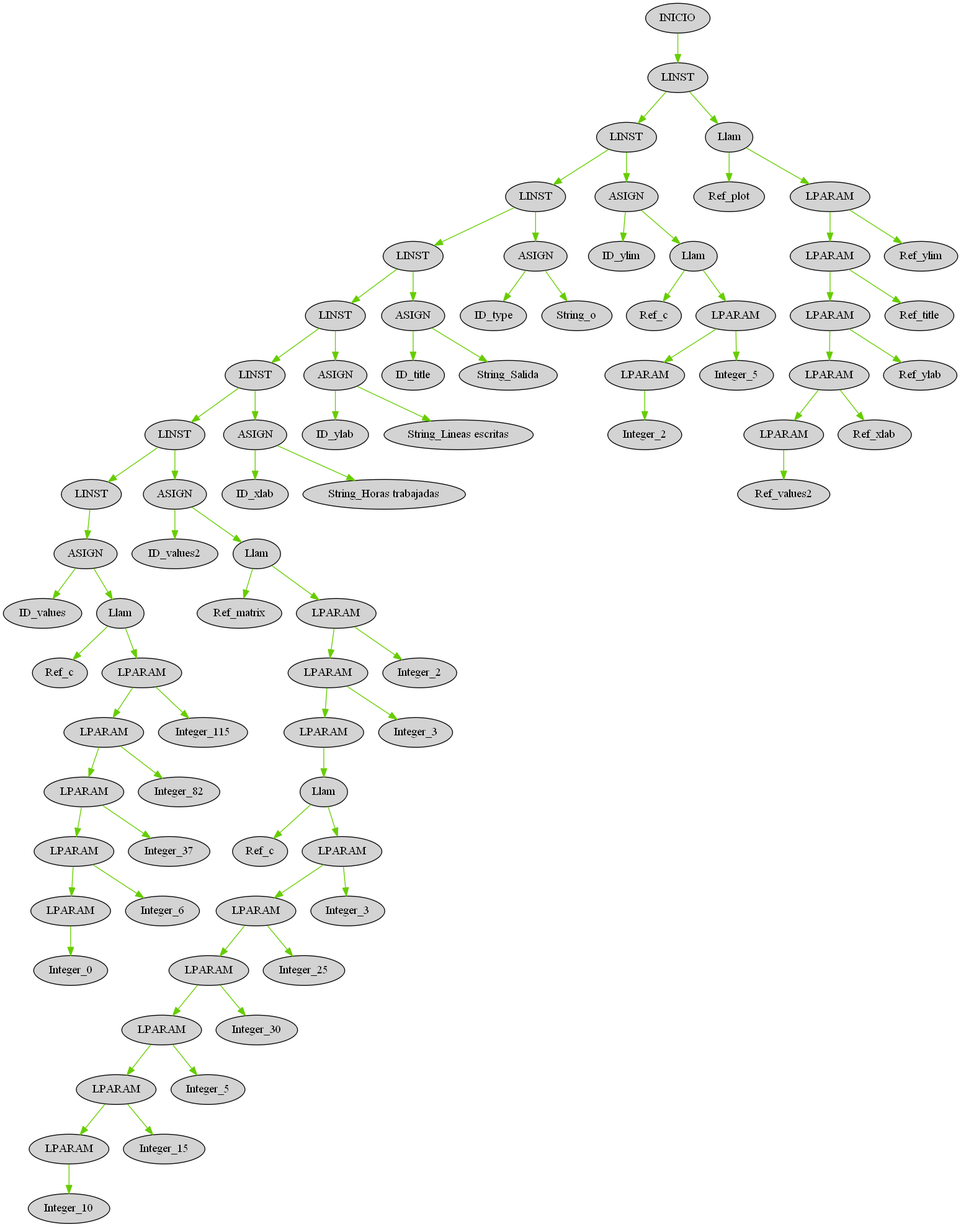
Earlier version of the Graphviz export OLC2P12020/AST_proyecto.png (ElmerAlay/OLC21P2020). Its source is kept beside it as OLC2P12020/AST_proyecto.dot.
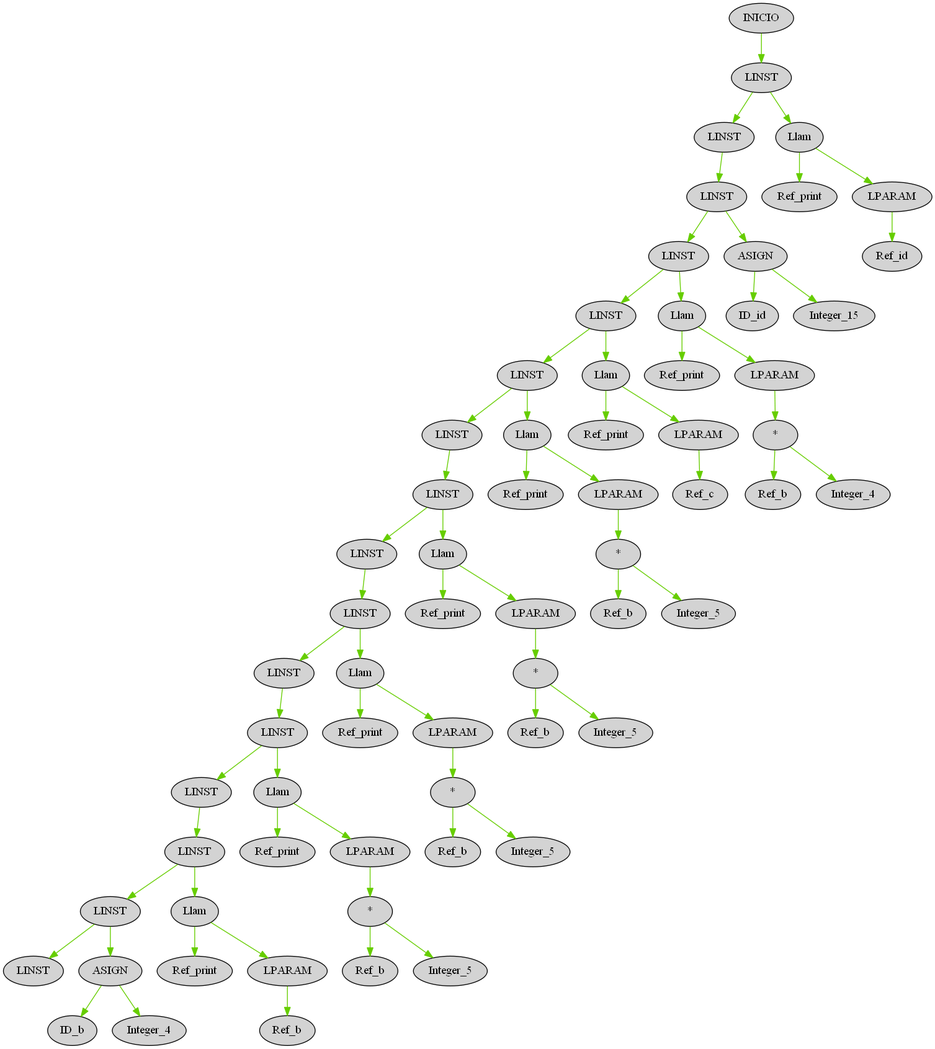
After the commit.

What changed in the source:
```diff
@@ -1,235 +1,196 @@
 digraph G { node[shape=oval, style=filled, collor=coral]; edge[color=chartreuse3]; rankdir=UD
 
-"155" [label="INICIO"]
-"154" [label="LINST"]
-"155" -> "154"
-"154" [label="LINST"]
-"141" [label="LINST"]
-"154" -> "141"
-"141" [label="LINST"]
-"132" [label="LINST"]
-"141" -> "132"
-"132" [label="LINST"]
-"128" [label="LINST"]
-"132" -> "128"
-"128" [label="LINST"]
-"124" [label="LINST"]
-"128" -> "124"
-"124" [label="LINST"]
-"120" [label="LINST"]
-"124" -> "120"
-"120" [label="LINST"]
-"116" [label="LINST"]
-"120" -> "116"
-"116" [label="LINST"]
-"92" [label="LINST"]
-"116" -> "92"
-"92" [label="LINST"]
-"91" [label="ASIGN"]
-"92" -> "91"
-"91" [label="ASIGN"]
-"90" [label="ID_values"]
-"91" -> "90"
-"91" [label="ASIGN"]
-"89" [label="Llam"]
-"91" -> "89"
-"89" [label="Llam"]
-"88" [label="Ref_c"]
-"89" -> "88"
-"89" [label="Llam"]
-"87" [label="LPARAM"]
-"89" -> "87"
-"87" [label="LPARAM"]
-"85" [label="LPARAM"]
-"87" -> "85"
-"85" [label="LPARAM"]
-"83" [label="LPARAM"]
-"85" -> "83"
-"83" [label="LPARAM"]
-"81" [label="LPARAM"]
-"83" -> "81"
-"81" [label="LPARAM"]
-"79" [label="LPARAM"]
-"81" -> "79"
-"79" [label="LPARAM"]
-"78" [label="Integer_0"]
-"79" -> "78"
-"81" [label="LPARAM"]
-"80" [label="Integer_6"]
-"81" -> "80"
-"83" [label="LPARAM"]
-"82" [label="Integer_37"]
-"83" -> "82"
-"85" [label="LPARAM"]
-"84" [label="Integer_82"]
-"85" -> "84"
-"87" [label="LPARAM"]
-"86" [label="Integer_115"]
-"87" -> "86"
-"116" [label="LINST"]
-"115" [label="ASIGN"]
-"116" -> "115"
-"115" [label="ASIGN"]
-"114" [label="ID_values2"]
-"115" -> "114"
-"115" [label="ASIGN"]
-"113" [label="Llam"]
-"115" -> "113"
-"113" [label="Llam"]
-"112" [label="Ref_matrix"]
-"113" -> "112"
-"113" [label="Llam"]
-"111" [label="LPARAM"]
-"113" -> "111"
-"111" [label="LPARAM"]
-"109" [label="LPARAM"]
-"111" -> "109"
-"109" [label="LPARAM"]
-"107" [label="LPARAM"]
-"109" -> "107"
-"107" [label="LPARAM"]
-"106" [label="Llam"]
-"107" -> "106"
-"106" [label="Llam"]
-"105" [label="Ref_c"]
-"106" -> "105"
-"106" [label="Llam"]
-"104" [label="LPARAM"]
-"106" -> "104"
-"104" [label="LPARAM"]
-"102" [label="LPARAM"]
-"104" -> "102"
-"102" [label="LPARAM"]
-"100" [label="LPARAM"]
-"102" -> "100"
-"100" [label="LPARAM"]
-"98" [label="LPARAM"]
-"100" -> "98"
-"98" [label="LPARAM"]
-"96" [label="LPARAM"]
-"98" -> "96"
-"96" [label="LPARAM"]
-"94" [label="LPARAM"]
-"96" -> "94"
-"94" [label="LPARAM"]
-"93" [label="Integer_10"]
-"94" -> "93"
-"96" [label="LPARAM"]
-"95" [label="Integer_15"]
-"96" -> "95"
-"98" [label="LPARAM"]
-"97" [label="Integer_5"]
-"98" -> "97"
-"100" [label="LPARAM"]
-"99" [label="Integer_30"]
-"100" -> "99"
-"102" [label="LPARAM"]
-"101" [label="Integer_25"]
-"102" -> "101"
-"104" [label="LPARAM"]
-"103" [label="Integer_3"]
-"104" -> "103"
-"109" [label="LPARAM"]
-"108" [label="Integer_3"]
-"109" -> "108"
-"111" [label="LPARAM"]
-"110" [label="Integer_2"]
-"111" -> "110"
-"120" [label="LINST"]
-"119" [label="ASIGN"]
-"120" -> "119"
-"119" [label="ASIGN"]
-"118" [label="ID_xlab"]
-"119" -> "118"
-"119" [label="ASIGN"]
-"117" [label="String_Horas trabajadas"]
-"119" -> "117"
-"124" [label="LINST"]
-"123" [label="ASIGN"]
-"124" -> "123"
-"123" [label="ASIGN"]
-"122" [label="ID_ylab"]
-"123" -> "122"
-"123" [label="ASIGN"]
-"121" [label="String_Lineas escritas"]
-"123" -> "121"
-"128" [label="LINST"]
-"127" [label="ASIGN"]
-"128" -> "127"
-"127" [label="ASIGN"]
-"126" [label="ID_title"]
-"127" -> "126"
-"127" [label="ASIGN"]
-"125" [label="String_Salida"]
-"127" -> "125"
-"132" [label="LINST"]
-"131" [label="ASIGN"]
-"132" -> "131"
-"131" [label="ASIGN"]
-"130" [label="ID_type"]
-"131" -> "130"
-"131" [label="ASIGN"]
-"129" [label="String_o"]
-"131" -> "129"
-"141" [label="LINST"]
-"140" [label="ASIGN"]
-"141" -> "140"
-"140" [label="ASIGN"]
-"139" [label="ID_ylim"]
-"140" -> "139"
-"140" [label="ASIGN"]
-"138" [label="Llam"]
-"140" -> "138"
-"138" [label="Llam"]
-"137" [label="Ref_c"]
-"138" -> "137"
-"138" [label="Llam"]
-"136" [label="LPARAM"]
-"138" -> "136"
-"136" [label="LPARAM"]
-"134" [label="LPARAM"]
-"136" -> "134"
-"134" [label="LPARAM"]
-"133" [label="Integer_2"]
-"134" -> "133"
-"136" [label="LPARAM"]
-"135" [label="Integer_5"]
-"136" -> "135"
-"154" [label="LINST"]
-"153" [label="Llam"]
-"154" -> "153"
-"153" [label="Llam"]
-"152" [label="Ref_plot"]
-"153" -> "152"
-"153" [label="Llam"]
-"151" [label="LPARAM"]
-"153" -> "151"
-"151" [label="LPARAM"]
-"149" [label="LPARAM"]
-"151" -> "149"
-"149" [label="LPARAM"]
-"147" [label="LPARAM"]
-"149" -> "147"
-"147" [label="LPARAM"]
-"145" [label="LPARAM"]
-"147" -> "145"
-"145" [label="LPARAM"]
-"143" [label="LPARAM"]
-"145" -> "143"
-"143" [label="LPARAM"]
-"142" [label="Ref_values2"]
-"143" -> "142"
-"145" [label="LPARAM"]
-"144" [label="Ref_xlab"]
-"145" -> "144"
-"147" [label="LPARAM"]
-"146" [label="Ref_ylab"]
-"147" -> "146"
-"149" [label="LPARAM"]
-"148" [label="Ref_title"]
-"149" -> "148"
-"151" [label="LPARAM"]
-"150" [label="Ref_ylim"]
-"151" -> "150"
+"4155" [label="INICIO"]
+"4154" [label="LINST"]
+"4155" -> "4154"
+"4154" [label="LINST"]
+"4149" [label="LINST"]
+"4154" -> "4149"
+"4149" [label="LINST"]
+"4147" [label="LINST"]
+"4149" -> "4147"
+"4147" [label="LINST"]
+"4143" [label="LINST"]
+"4147" -> "4143"
+"4143" [label="LINST"]
+"4136" [label="LINST"]
+"4143" -> "4136"
+"4136" [label="LINST"]
+"4131" [label="LINST"]
+"4136" -> "4131"
+"4131" [label="LINST"]
+"4124" [label="LINST"]
+"4131" -> "4124"
+"4124" [label="LINST"]
+"4122" [label="LINST"]
+"4124" -> "4122"
+"4122" [label="LINST"]
+"4115" [label="LINST"]
+"4122" -> "4115"
+"4115" [label="LINST"]
+"4113" [label="LINST"]
+"4115" -> "4113"
+"4113" [label="LINST"]
+"4106" [label="LINST"]
+"4113" -> "4106"
+"4106" [label="LINST"]
+"4104" [label="LINST"]
+"4106" -> "4104"
+"4104" [label="LINST"]
+"4097" [label="LINST"]
+"4104" -> "4097"
+"4097" [label="LINST"]
+"4095" [label="LINST"]
+"4097" -> "4095"
+"4095" [label="LINST"]
+"4090" [label="LINST"]
+"4095" -> "4090"
+"4090" [label="LINST"]
+"4086" [label="LINST"]
+"4090" -> "4086"
+"4090" [label="LINST"]
+"4089" [label="ASIGN"]
+"4090" -> "4089"
+"4089" [label="ASIGN"]
+"4088" [label="ID_b"]
+"4089" -> "4088"
+"4089" [label="ASIGN"]
+"4087" [label="Integer_4"]
+"4089" -> "4087"
+"4095" [label="LINST"]
+"4094" [label="Llam"]
+"4095" -> "4094"
+"4094" [label="Llam"]
+"4093" [label="Ref_print"]
+"4094" -> "4093"
+"4094" [label="Llam"]
+"4092" [label="LPARAM"]
+"4094" -> "4092"
+"4092" [label="LPARAM"]
+"4091" [label="Ref_b"]
+"4092" -> "4091"
+"4104" [label="LINST"]
+"4103" [label="Llam"]
+"4104" -> "4103"
+"4103" [label="Llam"]
+"4102" [label="Ref_print"]
+"4103" -> "4102"
+"4103" [label="Llam"]
+"4101" [label="LPARAM"]
+"4103" -> "4101"
+"4101" [label="LPARAM"]
+"4100" [label="*"]
+"4101" -> "4100"
+"4100" [label="*"]
+"4098" [label="Ref_b"]
+"4100" -> "4098"
+"4100" [label="*"]
+"4099" [label="Integer_5"]
+"4100" -> "4099"
+"4113" [label="LINST"]
+"4112" [label="Llam"]
+"4113" -> "4112"
+"4112" [label="Llam"]
+"4111" [label="Ref_print"]
+"4112" -> "4111"
+"4112" [label="Llam"]
+"4110" [label="LPARAM"]
+"4112" -> "4110"
+"4110" [label="LPARAM"]
+"4109" [label="*"]
+"4110" -> "4109"
+"4109" [label="*"]
+"4107" [label="Ref_b"]
+"4109" -> "4107"
+"4109" [label="*"]
+"4108" [label="Integer_5"]
+"4109" -> "4108"
+"4122" [label="LINST"]
+"4121" [label="Llam"]
+"4122" -> "4121"
+"4121" [label="Llam"]
+"4120" [label="Ref_print"]
+"4121" -> "4120"
+"4121" [label="Llam"]
+"4119" [label="LPARAM"]
+"4121" -> "4119"
+"4119" [label="LPARAM"]
+"4118" [label="*"]
+"4119" -> "4118"
+"4118" [label="*"]
+"4116" [label="Ref_b"]
+"4118" -> "4116"
+"4118" [label="*"]
+"4117" [label="Integer_5"]
+"4118" -> "4117"
+"4131" [label="LINST"]
+"4130" [label="Llam"]
+"4131" -> "4130"
+"4130" [label="Llam"]
+"4129" [label="Ref_print"]
+"4130" -> "4129"
+"4130" [label="Llam"]
+"4128" [label="LPARAM"]
+"4130" -> "4128"
+"4128" [label="LPARAM"]
+"4127" [label="*"]
+"4128" -> "4127"
+"4127" [label="*"]
+"4125" [label="Ref_b"]
+"4127" -> "4125"
+"4127" [label="*"]
+"4126" [label="Integer_5"]
+"4127" -> "4126"
+"4136" [label="LINST"]
+"4135" [label="Llam"]
+"4136" -> "4135"
+"4135" [label="Llam"]
+"4134" [label="Ref_print"]
+"4135" -> "4134"
+"4135" [label="Llam"]
+"4133" [label="LPARAM"]
+"4135" -> "4133"
+"4133" [label="LPARAM"]
+"4132" [label="Ref_c"]
+"4133" -> "4132"
+"4143" [label="LINST"]
+"4142" [label="Llam"]
+"4143" -> "4142"
+"4142" [label="Llam"]
+"4141" [label="Ref_print"]
+"4142" -> "4141"
+"4142" [label="Llam"]
+"4140" [label="LPARAM"]
+"4142" -> "4140"
+"4140" [label="LPARAM"]
+"4139" [label="*"]
+"4140" -> "4139"
+"4139" [label="*"]
+"4137" [label="Ref_b"]
+"4139" -> "4137"
+"4139" [label="*"]
+"4138" [label="Integer_4"]
+"4139" -> "4138"
+"4147" [label="LINST"]
+"4146" [label="ASIGN"]
+"4147" -> "4146"
+"4146" [label="ASIGN"]
+"4145" [label="ID_id"]
+"4146" -> "4145"
+"4146" [label="ASIGN"]
+"4144" [label="Integer_15"]
+"4146" -> "4144"
+"4154" [label="LINST"]
+"4153" [label="Llam"]
+"4154" -> "4153"
+"4153" [label="Llam"]
+"4152" [label="Ref_print"]
+"4153" -> "4152"
+"4153" [label="Llam"]
+"4151" [label="LPARAM"]
+"4153" -> "4151"
+"4151" [label="LPARAM"]
+"4150" [label="Ref_id"]
+"4151" -> "4150"
 
 }
```
